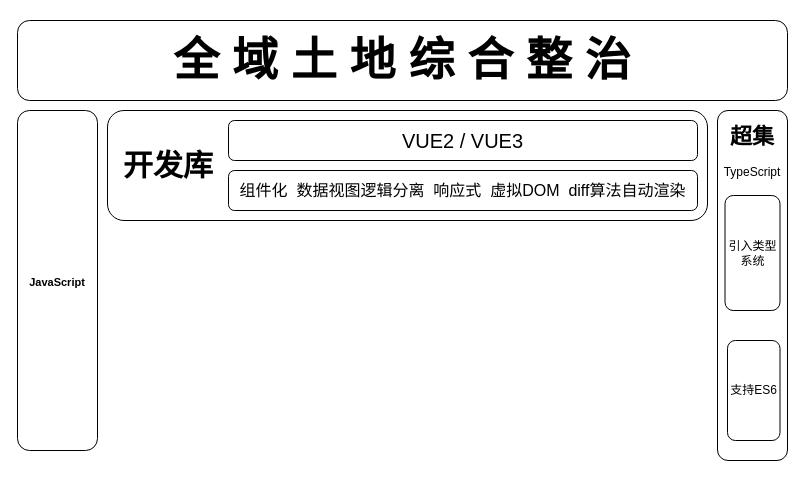
The draw.io diagram 未命名绘图.drawio in wkb488/test, before the edit. Source tidied: cells renumbered, new cells numbered last; positions are measured from the earlier drawing's top-left corner, leaving out a move shared by most shapes. Both pictures are drawn from the tidied source at 100%, with x=0, y=0 at pixel (17, 20).
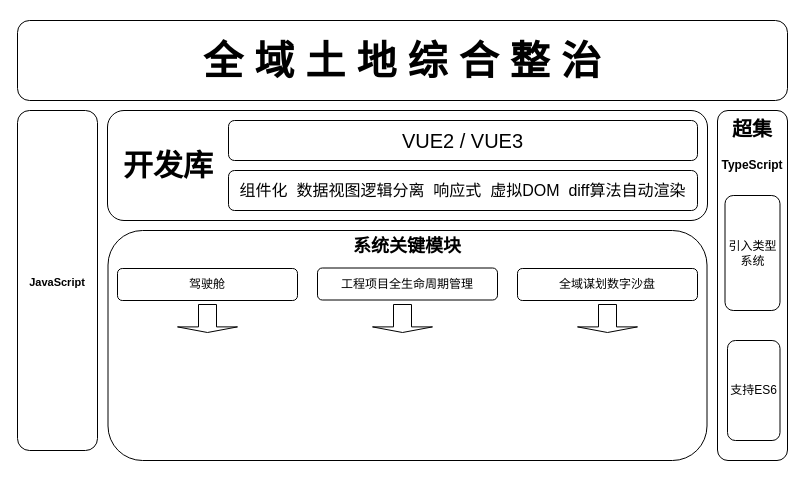
The same page after the edit.

Commit message (it also covers changes not shown here):
更新未命名绘图.drawio

The edit, as a diff of the source:
```diff
@@
 <mxGraphModel>
   <root>
     <mxCell id="0" />
     <mxCell id="1" parent="0" />
-    <mxCell id="2" value="&lt;h1&gt;&lt;font style=&quot;font-size: 46px;&quot;&gt;全 域 土 地 综 合 整 治&lt;/font&gt;&lt;/h1&gt;" style="rounded=1;whiteSpace=wrap;html=1;" parent="1" vertex="1">
+    <mxCell id="2" value="&lt;h1&gt;&lt;font style=&quot;font-size: 40px;&quot;&gt;全 域 土 地 综 合 整 治&lt;/font&gt;&lt;/h1&gt;" style="rounded=1;whiteSpace=wrap;html=1;" parent="1" vertex="1">
       <mxGeometry width="770" height="80" as="geometry" />
     </mxCell>
     <mxCell id="3" style="rounded=1;whiteSpace=wrap;html=1;" parent="1" vertex="1">
       <mxGeometry x="90" y="90" width="600" height="110" as="geometry" />
     </mxCell>
     <mxCell id="4" value="&lt;h2&gt;&lt;font style=&quot;font-size: 30px;&quot;&gt;开发库&lt;/font&gt;&lt;/h2&gt;" style="rounded=1;whiteSpace=wrap;html=1;strokeWidth=0;strokeColor=none;" parent="1" vertex="1">
       <mxGeometry x="91" y="115" width="120" height="60" as="geometry" />
     </mxCell>
     <mxCell id="5" value="&lt;font style=&quot;font-size: 20px;&quot;&gt;VUE2 / VUE3&lt;/font&gt;" style="rounded=1;whiteSpace=wrap;html=1;" parent="1" vertex="1">
       <mxGeometry x="211" y="100" width="469" height="40" as="geometry" />
     </mxCell>
     <mxCell id="6" value="&lt;font style=&quot;font-size: 16px;&quot;&gt;组件化&amp;nbsp; 数据视图逻辑分离&amp;nbsp; 响应式&amp;nbsp; 虚拟DOM&amp;nbsp; diff算法自动渲染&lt;/font&gt;" style="rounded=1;whiteSpace=wrap;html=1;" parent="1" vertex="1">
       <mxGeometry x="211" y="150" width="469" height="40" as="geometry" />
     </mxCell>
     <mxCell id="7" value="&lt;h2&gt;&lt;span style=&quot;font-size: 11px;&quot;&gt;JavaScript&lt;/span&gt;&lt;/h2&gt;" style="rounded=1;whiteSpace=wrap;html=1;" parent="1" vertex="1">
       <mxGeometry y="90" width="80" height="340" as="geometry" />
     </mxCell>
     <mxCell id="8" style="rounded=1;whiteSpace=wrap;html=1;" parent="1" vertex="1">
       <mxGeometry x="700" y="90" width="70" height="350" as="geometry" />
     </mxCell>
-    <mxCell id="9" value="&lt;h2&gt;&lt;font style=&quot;font-size: 22px;&quot;&gt;超集&lt;/font&gt;&lt;/h2&gt;&lt;div&gt;&lt;font style=&quot;font-size: 12px;&quot;&gt;TypeScript&lt;/font&gt;&lt;/div&gt;" style="rounded=1;whiteSpace=wrap;html=1;strokeColor=none;" parent="1" vertex="1">
+    <mxCell id="9" value="&lt;h2&gt;&lt;font style=&quot;font-size: 20px;&quot;&gt;超集&lt;/font&gt;&lt;/h2&gt;&lt;h3&gt;&lt;font style=&quot;font-size: 12px;&quot;&gt;TypeScript&lt;/font&gt;&lt;/h3&gt;" style="rounded=1;whiteSpace=wrap;html=1;strokeColor=none;" parent="1" vertex="1">
       <mxGeometry x="705" y="94" width="60" height="59" as="geometry" />
     </mxCell>
     <mxCell id="10" value="引入类型系统" style="rounded=1;whiteSpace=wrap;html=1;" parent="1" vertex="1">
       <mxGeometry x="707.5" y="175" width="55" height="115" as="geometry" />
     </mxCell>
     <mxCell id="11" value="支持ES6" style="rounded=1;whiteSpace=wrap;html=1;" parent="1" vertex="1">
       <mxGeometry x="710" y="320" width="52.5" height="100" as="geometry" />
     </mxCell>
+    <mxCell id="12" style="rounded=1;whiteSpace=wrap;html=1;" parent="1" vertex="1">
+      <mxGeometry x="90.5" y="210" width="599" height="230" as="geometry" />
+    </mxCell>
+    <mxCell id="13" value="&lt;h2&gt;系统关键模块&lt;/h2&gt;" style="rounded=1;whiteSpace=wrap;html=1;strokeColor=none;" parent="1" vertex="1">
+      <mxGeometry x="335" y="210.5" width="110" height="30" as="geometry" />
+    </mxCell>
+    <mxCell id="14" value="驾驶舱" style="rounded=1;whiteSpace=wrap;html=1;" parent="1" vertex="1">
+      <mxGeometry x="100" y="248" width="180" height="32" as="geometry" />
+    </mxCell>
+    <mxCell id="15" value="工程项目全生命周期管理" style="rounded=1;whiteSpace=wrap;html=1;" parent="1" vertex="1">
+      <mxGeometry x="300" y="247.5" width="180" height="32" as="geometry" />
+    </mxCell>
+    <mxCell id="16" value="全域谋划数字沙盘" style="rounded=1;whiteSpace=wrap;html=1;" parent="1" vertex="1">
+      <mxGeometry x="500" y="248" width="180" height="32" as="geometry" />
+    </mxCell>
+    <mxCell id="17" style="shape=singleArrow;direction=south;whiteSpace=wrap;html=1;" parent="1" vertex="1">
+      <mxGeometry x="160" y="284" width="60" height="28" as="geometry" />
+    </mxCell>
+    <mxCell id="18" style="shape=singleArrow;direction=south;whiteSpace=wrap;html=1;" parent="1" vertex="1">
+      <mxGeometry x="355" y="284" width="60" height="28" as="geometry" />
+    </mxCell>
+    <mxCell id="19" style="shape=singleArrow;direction=south;whiteSpace=wrap;html=1;" parent="1" vertex="1">
+      <mxGeometry x="560" y="284" width="60" height="28" as="geometry" />
+    </mxCell>
   </root>
 </mxGraphModel>
```
